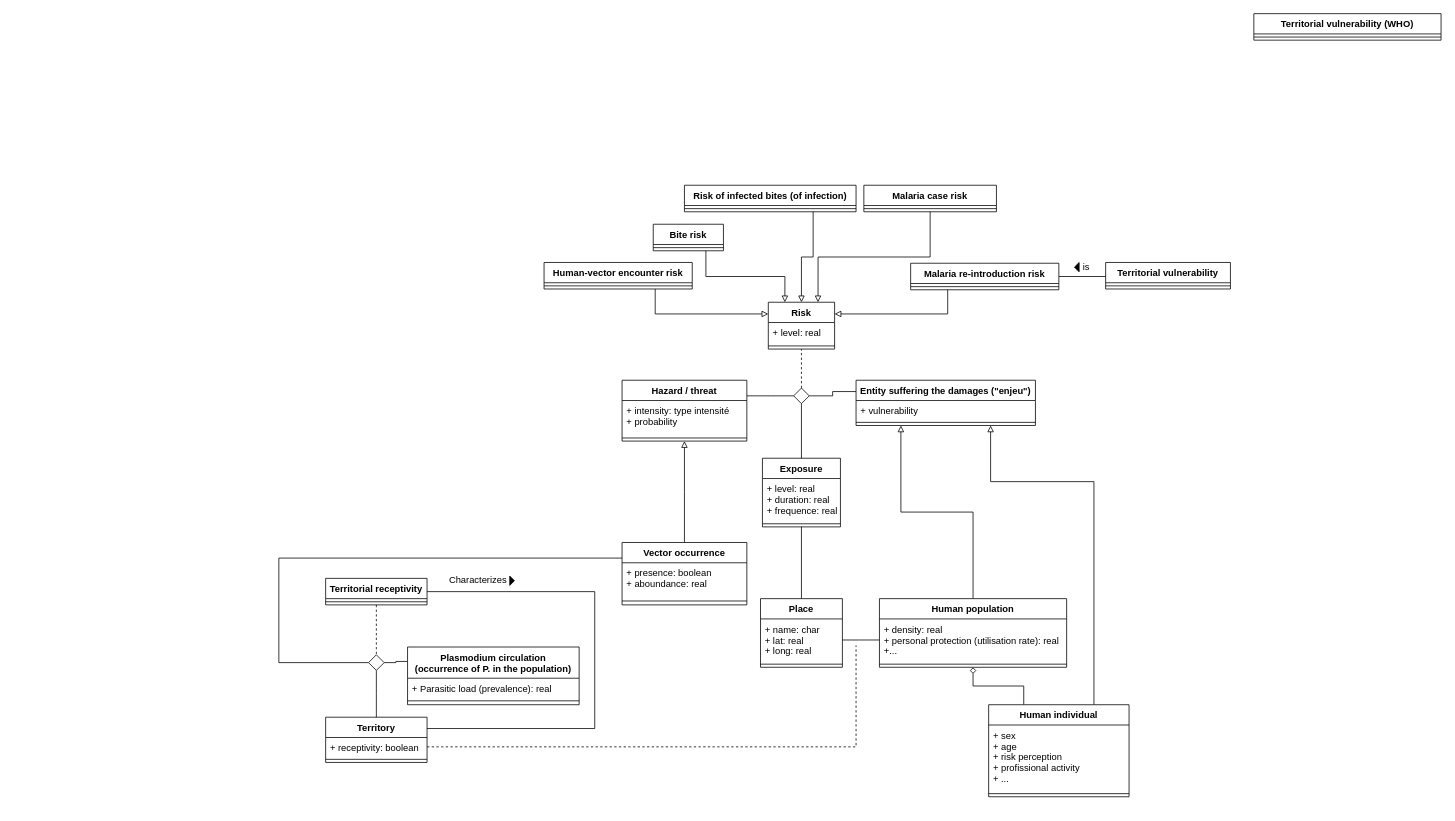
The draw.io diagram global_model_EN.drawio in EmmanuelRouxIRD/PROGYSAT-VecTrans, before the edit. Source tidied: cells renumbered, new cells numbered last; positions are measured from the earlier drawing's top-left corner, leaving out a move shared by most shapes. Both pictures are drawn from the tidied source at 78%, with x=0, y=0 at pixel (278, 13).
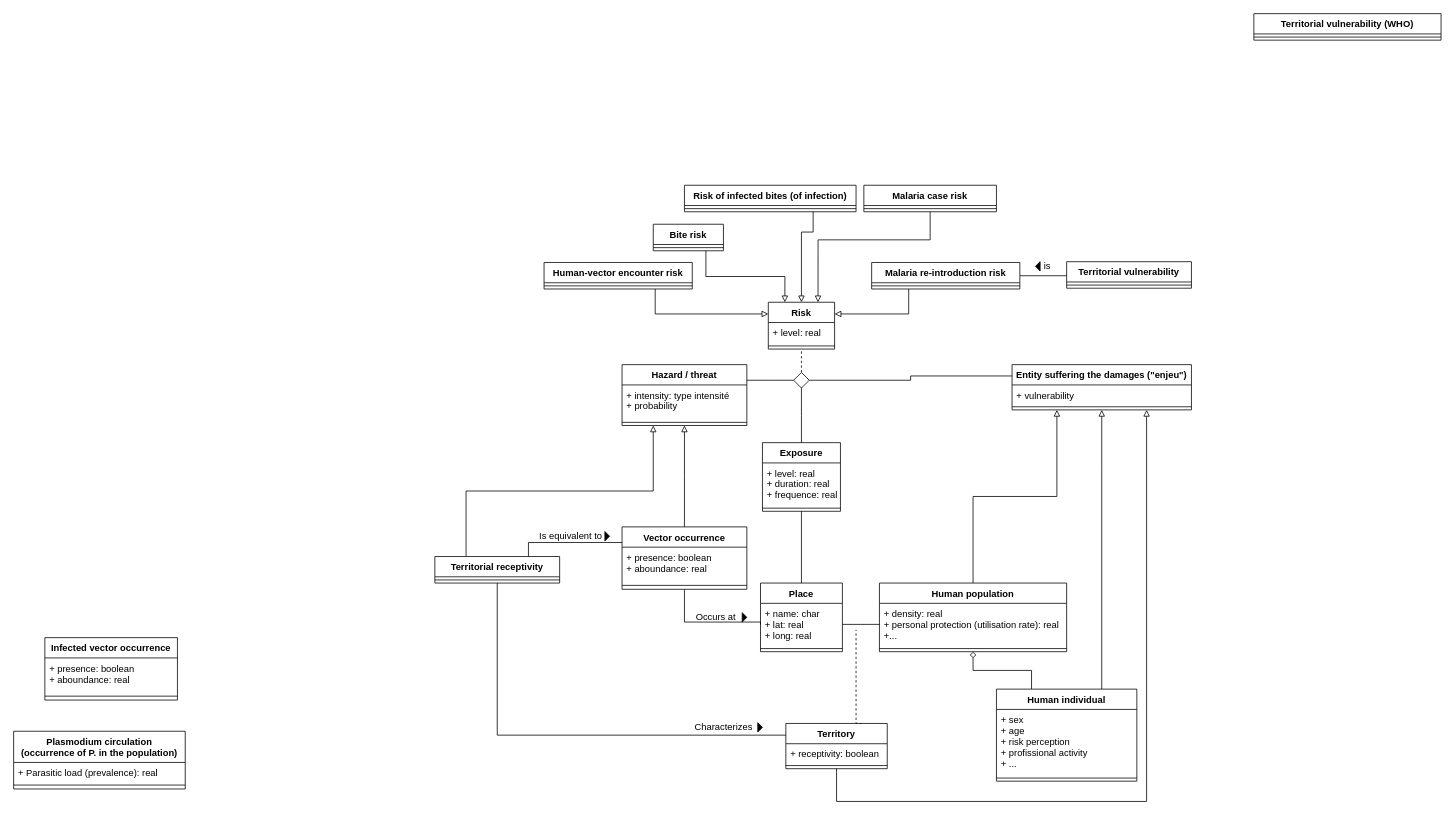
The same page after the edit.

Commit message (it also covers changes not shown here):
Mettre à jour global_model_EN.drawio

The change refers to these unchanged cells:
```xml
<mxCell id="13" value="Risk" style="swimlane;fontStyle=1;align=center;verticalAlign=top;horizontal=1;startSize=26;" parent="1" vertex="1">
  <mxGeometry x="627.5" y="370" width="85" height="60" as="geometry" />
</mxCell>
<mxCell id="27" value="Risk of infected bites (of infection)" style="swimlane;fontStyle=1;align=center;verticalAlign=top;horizontal=1;startSize=26;" parent="1" vertex="1">
  <mxGeometry x="520" y="220" width="220" height="34" as="geometry" />
</mxCell>
<mxCell id="30" value="Malaria case risk" style="swimlane;fontStyle=1;align=center;verticalAlign=top;horizontal=1;startSize=26;" parent="1" vertex="1">
  <mxGeometry x="750" y="220" width="170" height="34" as="geometry" />
</mxCell>
<mxCell id="51" value="+ name: char&#10;+ lat: real&#10;+ long: real" style="text;strokeColor=none;fillColor=none;align=left;verticalAlign=top;spacingLeft=4;spacingRight=4;overflow=hidden;points=[[0,0.5],[1,0.5]];portConstraint=eastwest;" parent="50" vertex="1">
  <mxGeometry y="26" width="105" height="54" as="geometry" />
</mxCell>
<mxCell id="61" value="+ receptivity: boolean" style="text;strokeColor=none;fillColor=none;align=left;verticalAlign=top;spacingLeft=4;spacingRight=4;overflow=hidden;points=[[0,0.5],[1,0.5]];portConstraint=eastwest;" parent="60" vertex="1">
  <mxGeometry y="26" width="130" height="24" as="geometry" />
</mxCell>
```

What changed in the source:
```diff
@@
     <mxCell id="2" value="Exposure" style="swimlane;fontStyle=1;align=center;verticalAlign=top;horizontal=1;startSize=26;" parent="1" vertex="1">
-      <mxGeometry x="620" y="570" width="100" height="88" as="geometry" />
+      <mxGeometry x="620" y="550" width="100" height="88" as="geometry" />
     </mxCell>
@@
     <mxCell id="5" value="Hazard / threat" style="swimlane;fontStyle=1;align=center;verticalAlign=top;horizontal=1;startSize=26;" parent="1" vertex="1">
-      <mxGeometry x="440" y="470" width="160" height="78" as="geometry" />
+      <mxGeometry x="440" y="450" width="160" height="78" as="geometry" />
     </mxCell>
@@
     <mxCell id="10" style="rhombus;" parent="1" vertex="1">
-      <mxGeometry x="660" y="480" width="20" height="20" as="geometry" />
+      <mxGeometry x="660" y="460" width="20" height="20" as="geometry" />
     </mxCell>
     <mxCell id="11" style="endArrow=none;html=1;rounded=0;align=center;verticalAlign=bottom;labelBackgroundColor=none;edgeStyle=elbowEdgeStyle;" parent="1" edge="1" target="10">
       <mxGeometry relative="1" as="geometry">
-        <mxPoint x="600" y="490" as="sourcePoint" />
+        <mxPoint x="600" y="470" as="sourcePoint" />
       </mxGeometry>
     </mxCell>
@@
+    <mxCell id="76" style="edgeStyle=elbowEdgeStyle;rounded=0;jettySize=auto;elbow=vertical;html=1;exitX=0.5;exitY=1;exitDx=0;exitDy=0;entryX=0;entryY=0.5;entryDx=0;entryDy=0;endArrow=none;endFill=0;" parent="1" edge="1" source="17" target="51">
+      <mxGeometry relative="1" as="geometry">
+        <Array as="points">
+          <mxPoint x="570" y="780" />
+        </Array>
+      </mxGeometry>
+    </mxCell>
     <mxCell id="17" value="Vector occurrence" style="swimlane;fontStyle=1;align=center;verticalAlign=top;horizontal=1;startSize=26;" parent="1" vertex="1">
-      <mxGeometry x="440" y="678" width="160" height="80" as="geometry" />
+      <mxGeometry x="440" y="658" width="160" height="80" as="geometry" />
     </mxCell>
@@
     <mxCell id="26" style="edgeStyle=orthogonalEdgeStyle;rounded=0;jettySize=auto;html=1;exitX=0.75;exitY=1;exitDx=0;exitDy=0;entryX=0.5;entryY=0;entryDx=0;entryDy=0;endArrow=block;endFill=0;" parent="1" edge="1" source="27" target="13">
-      <mxGeometry relative="1" as="geometry" />
+      <mxGeometry relative="1" as="geometry">
+        <Array as="points">
+          <mxPoint x="685" y="280" />
+          <mxPoint x="670" y="280" />
+        </Array>
+      </mxGeometry>
     </mxCell>
@@
     <mxCell id="29" style="edgeStyle=orthogonalEdgeStyle;rounded=0;jettySize=auto;html=1;exitX=0.5;exitY=1;exitDx=0;exitDy=0;entryX=0.75;entryY=0;entryDx=0;entryDy=0;endArrow=block;endFill=0;" parent="1" edge="1" source="30" target="13">
-      <mxGeometry relative="1" as="geometry" />
+      <mxGeometry relative="1" as="geometry">
+        <Array as="points">
+          <mxPoint x="835" y="290" />
+          <mxPoint x="691" y="290" />
+        </Array>
+      </mxGeometry>
     </mxCell>
@@
     <mxCell id="34" value="Malaria re-introduction risk" style="swimlane;fontStyle=1;align=center;verticalAlign=top;horizontal=1;startSize=26;" parent="1" vertex="1">
-      <mxGeometry x="810" y="320" width="190" height="34" as="geometry" />
+      <mxGeometry x="760" y="319" width="190" height="34" as="geometry" />
     </mxCell>
@@
-    <mxCell id="36" style="edgeStyle=elbowEdgeStyle;rounded=0;jettySize=auto;html=1;exitX=0.75;exitY=0;exitDx=0;exitDy=0;endArrow=block;endFill=0;entryX=0.75;entryY=1;entryDx=0;entryDy=0;elbow=vertical;" parent="1" edge="1" source="38" target="53">
+    <mxCell id="36" style="edgeStyle=elbowEdgeStyle;rounded=0;jettySize=auto;html=1;exitX=0.75;exitY=0;exitDx=0;exitDy=0;endArrow=block;endFill=0;entryX=0.5;entryY=1;entryDx=0;entryDy=0;elbow=vertical;" parent="1" edge="1" source="38" target="53">
       <mxGeometry relative="1" as="geometry">
         <Array as="points">
-          <mxPoint x="1010" y="600" />
+          <mxPoint x="1010" y="580" />
         </Array>
       </mxGeometry>
     </mxCell>
@@
     <mxCell id="38" value="Human individual" style="swimlane;fontStyle=1;align=center;verticalAlign=top;horizontal=1;startSize=26;" parent="1" vertex="1">
-      <mxGeometry x="910" y="886" width="180" height="118" as="geometry" />
+      <mxGeometry x="920" y="866" width="180" height="118" as="geometry" />
     </mxCell>
@@
     <mxCell id="42" value="Human population" style="swimlane;fontStyle=1;align=center;verticalAlign=top;horizontal=1;startSize=26;" parent="1" vertex="1">
-      <mxGeometry x="770" y="750" width="240" height="88" as="geometry" />
+      <mxGeometry x="770" y="730" width="240" height="88" as="geometry" />
     </mxCell>
@@
-    <mxCell id="47" style="edgeStyle=elbowEdgeStyle;rounded=0;jettySize=auto;html=1;exitX=1;exitY=0.5;exitDx=0;exitDy=0;endArrow=none;endFill=0;dashed=1;" parent="1" edge="1" source="61">
+    <mxCell id="47" style="edgeStyle=elbowEdgeStyle;rounded=0;jettySize=auto;html=1;exitX=0.75;exitY=0;exitDx=0;exitDy=0;endArrow=none;endFill=0;dashed=1;" parent="1" edge="1" source="60">
       <mxGeometry relative="1" as="geometry">
-        <mxPoint x="740" y="810" as="targetPoint" />
+        <mxPoint x="740" y="790" as="targetPoint" />
         <Array as="points">
           <mxPoint x="740" y="870" />
         </Array>
       </mxGeometry>
     </mxCell>
@@
     <mxCell id="50" value="Place" style="swimlane;fontStyle=1;align=center;verticalAlign=top;horizontal=1;startSize=26;" parent="1" vertex="1">
-      <mxGeometry x="617.5" y="750" width="105" height="88" as="geometry" />
+      <mxGeometry x="617.5" y="730" width="105" height="88" as="geometry" />
     </mxCell>
@@
     <mxCell id="53" value="Entity suffering the damages (&quot;enjeu&quot;)" style="swimlane;fontStyle=1;align=center;verticalAlign=top;horizontal=1;startSize=26;" parent="1" vertex="1">
-      <mxGeometry x="740" y="470" width="230" height="58" as="geometry" />
+      <mxGeometry x="940" y="450" width="230" height="58" as="geometry" />
     </mxCell>
@@
-    <mxCell id="56" style="edgeStyle=elbowEdgeStyle;rounded=0;jettySize=auto;html=1;exitX=0;exitY=0.25;exitDx=0;exitDy=0;entryX=1;entryY=0.5;entryDx=0;entryDy=0;endArrow=none;endFill=0;" parent="1" edge="1" source="57" target="71">
-      <mxGeometry relative="1" as="geometry" />
-    </mxCell>
     <mxCell id="57" value="Plasmodium circulation&#10;(occurrence of P. in the population)" style="swimlane;fontStyle=1;align=center;verticalAlign=top;horizontal=1;startSize=40;" parent="1" vertex="1">
-      <mxGeometry x="165" y="812" width="220" height="74" as="geometry" />
+      <mxGeometry x="-340" y="920" width="220" height="74" as="geometry" />
     </mxCell>
@@
+    <mxCell id="77" style="edgeStyle=elbowEdgeStyle;rounded=0;jettySize=auto;elbow=vertical;html=1;endArrow=block;endFill=0;entryX=0.75;entryY=1;entryDx=0;entryDy=0;exitX=0.5;exitY=1;exitDx=0;exitDy=0;" parent="1" edge="1" source="60" target="53">
+      <mxGeometry relative="1" as="geometry">
+        <Array as="points">
+          <mxPoint x="910" y="1010" />
+        </Array>
+      </mxGeometry>
+    </mxCell>
     <mxCell id="60" value="Territory" style="swimlane;fontStyle=1;align=center;verticalAlign=top;horizontal=1;startSize=26;" parent="1" vertex="1">
-      <mxGeometry x="60" y="902" width="130" height="58" as="geometry" />
+      <mxGeometry x="650" y="910" width="130" height="58" as="geometry" />
     </mxCell>
@@
-    <mxCell id="63" style="edgeStyle=elbowEdgeStyle;rounded=0;jettySize=auto;html=1;exitX=0.5;exitY=1;exitDx=0;exitDy=0;entryX=0.5;entryY=0;entryDx=0;entryDy=0;endArrow=none;endFill=0;elbow=vertical;" parent="1" edge="1" source="71" target="60">
-      <mxGeometry relative="1" as="geometry" />
-    </mxCell>
-    <mxCell id="64" style="edgeStyle=elbowEdgeStyle;rounded=0;jettySize=auto;html=1;exitX=0.5;exitY=1;exitDx=0;exitDy=0;entryX=0.5;entryY=1;entryDx=0;entryDy=0;endArrow=none;endFill=0;elbow=vertical;dashed=1;" parent="1" edge="1" source="66" target="71">
-      <mxGeometry relative="1" as="geometry" />
-    </mxCell>
+    <mxCell id="78" style="edgeStyle=elbowEdgeStyle;rounded=0;jettySize=auto;elbow=vertical;html=1;exitX=0.25;exitY=0;exitDx=0;exitDy=0;entryX=0.25;entryY=1;entryDx=0;entryDy=0;endArrow=block;endFill=0;" parent="1" edge="1" source="66" target="5">
+      <mxGeometry relative="1" as="geometry" />
+    </mxCell>
-    <mxCell id="65" style="edgeStyle=elbowEdgeStyle;rounded=0;jettySize=auto;elbow=vertical;html=1;exitX=1;exitY=0.5;exitDx=0;exitDy=0;entryX=1;entryY=0.25;entryDx=0;entryDy=0;endArrow=none;endFill=0;" parent="1" edge="1" source="66" target="60">
+    <mxCell id="65" style="edgeStyle=elbowEdgeStyle;rounded=0;jettySize=auto;elbow=vertical;html=1;exitX=0.5;exitY=1;exitDx=0;exitDy=0;entryX=0;entryY=0.25;entryDx=0;entryDy=0;endArrow=none;endFill=0;" parent="1" edge="1" source="66" target="60">
       <mxGeometry relative="1" as="geometry">
         <Array as="points">
-          <mxPoint x="405" y="792" />
-          <mxPoint x="345" y="692" />
+          <mxPoint x="510" y="925" />
         </Array>
       </mxGeometry>
     </mxCell>
     <mxCell id="66" value="Territorial receptivity" style="swimlane;fontStyle=1;align=center;verticalAlign=top;horizontal=1;startSize=26;" parent="1" vertex="1">
-      <mxGeometry x="60" y="724" width="130" height="34" as="geometry" />
+      <mxGeometry x="200" y="696" width="160" height="34" as="geometry" />
     </mxCell>
     <mxCell id="67" style="line;strokeWidth=1;fillColor=none;align=left;verticalAlign=middle;spacingTop=-1;spacingLeft=3;spacingRight=3;labelPosition=right;" parent="66" vertex="1">
-      <mxGeometry y="26" width="130" height="8" as="geometry" />
+      <mxGeometry y="26" width="160" height="8" as="geometry" />
     </mxCell>
-    <mxCell id="68" value="Characterizes" style="text;html=1;align=center;verticalAlign=middle;strokeColor=none;fillColor=none;" parent="1" vertex="1">
-      <mxGeometry x="205" y="712" width="100" height="30" as="geometry" />
-    </mxCell>
-    <mxCell id="69" style="triangle;fillColor=#000000;" parent="1" vertex="1">
-      <mxGeometry x="296" y="721" width="6" height="12" as="geometry" />
-    </mxCell>
-    <mxCell id="70" style="edgeStyle=elbowEdgeStyle;rounded=0;jettySize=auto;html=1;exitX=0;exitY=0.5;exitDx=0;exitDy=0;entryX=0;entryY=0.25;entryDx=0;entryDy=0;endArrow=none;endFill=0;" parent="1" edge="1" source="71" target="17">
+    <mxCell id="70" style="edgeStyle=elbowEdgeStyle;rounded=0;jettySize=auto;html=1;exitX=0.75;exitY=0;exitDx=0;exitDy=0;entryX=0;entryY=0.25;entryDx=0;entryDy=0;endArrow=none;endFill=0;" parent="1" edge="1" source="66" target="17">
       <mxGeometry relative="1" as="geometry">
         <Array as="points">
-          <mxPoint y="772" />
+          <mxPoint x="320" y="678" />
         </Array>
       </mxGeometry>
     </mxCell>
-    <mxCell id="71" style="rhombus;" parent="1" vertex="1">
-      <mxGeometry x="115" y="822" width="20" height="20" as="geometry" />
-    </mxCell>
     <mxCell id="72" value="Territorial vulnerability" style="swimlane;fontStyle=1;align=center;verticalAlign=top;horizontal=1;startSize=26;" parent="1" vertex="1">
-      <mxGeometry x="1060" y="319" width="160" height="34" as="geometry" />
+      <mxGeometry x="1010" y="318" width="160" height="34" as="geometry" />
     </mxCell>
@@
     <mxCell id="74" value="is" style="text;html=1;align=center;verticalAlign=middle;strokeColor=none;fillColor=none;" parent="1" vertex="1">
-      <mxGeometry x="1020" y="310" width="30" height="30" as="geometry" />
+      <mxGeometry x="970" y="309" width="30" height="30" as="geometry" />
     </mxCell>
     <mxCell id="75" style="triangle;fillColor=#000000;direction=west;" parent="1" vertex="1">
-      <mxGeometry x="1020" y="319" width="6" height="12" as="geometry" />
+      <mxGeometry x="970" y="318" width="6" height="12" as="geometry" />
     </mxCell>
+    <mxCell id="79" value="Occurs at" style="text;html=1;align=center;verticalAlign=middle;strokeColor=none;fillColor=none;" parent="1" vertex="1">
+      <mxGeometry x="525" y="759" width="70" height="30" as="geometry" />
+    </mxCell>
+    <mxCell id="80" style="triangle;fillColor=#000000;" parent="1" vertex="1">
+      <mxGeometry x="594" y="768" width="6" height="12" as="geometry" />
+    </mxCell>
+    <mxCell id="81" value="Infected vector occurrence" style="swimlane;fontStyle=1;align=center;verticalAlign=top;horizontal=1;startSize=26;" parent="1" vertex="1">
+      <mxGeometry x="-300" y="800" width="170" height="80" as="geometry" />
+    </mxCell>
+    <mxCell id="82" value="+ presence: boolean&#10;+ aboundance: real" style="text;strokeColor=none;fillColor=none;align=left;verticalAlign=top;spacingLeft=4;spacingRight=4;overflow=hidden;" parent="81" vertex="1">
+      <mxGeometry y="26" width="170" height="44" as="geometry" />
+    </mxCell>
+    <mxCell id="83" style="line;strokeWidth=1;fillColor=none;align=left;verticalAlign=middle;spacingTop=-1;spacingLeft=3;spacingRight=3;labelPosition=right;" parent="81" vertex="1">
+      <mxGeometry y="70" width="170" height="10" as="geometry" />
+    </mxCell>
+    <mxCell id="68" value="Characterizes" style="text;html=1;align=center;verticalAlign=middle;strokeColor=none;fillColor=none;" parent="1" vertex="1">
+      <mxGeometry x="520" y="900" width="100" height="30" as="geometry" />
+    </mxCell>
+    <mxCell id="84" style="triangle;fillColor=#000000;" parent="1" vertex="1">
+      <mxGeometry x="614" y="909" width="6" height="12" as="geometry" />
+    </mxCell>
+    <mxCell id="85" value="Is equivalent to" style="text;html=1;align=center;verticalAlign=middle;strokeColor=none;fillColor=none;" parent="1" vertex="1">
+      <mxGeometry x="324" y="655" width="100" height="30" as="geometry" />
+    </mxCell>
+    <mxCell id="86" style="triangle;fillColor=#000000;" parent="1" vertex="1">
+      <mxGeometry x="418" y="664" width="6" height="12" as="geometry" />
+    </mxCell>
```
